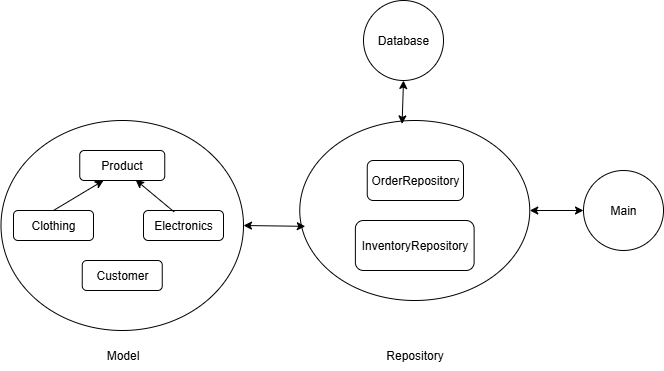
Above: images/project-structure.png in Quyenhm03/SummaryTask12 (draw.io), before the change. Source tidied: cells renumbered, new cells last; positions are measured from the earlier drawing's top-left corner, leaving out a move shared by most shapes.
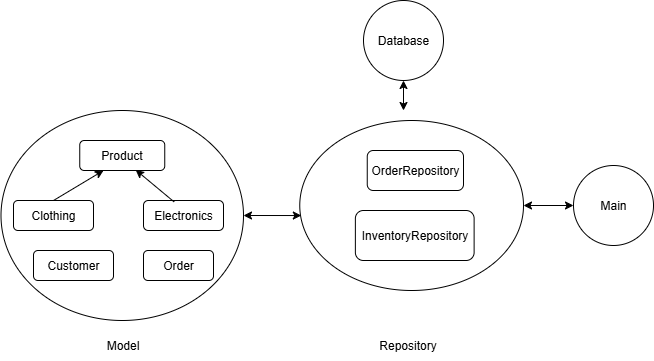
Above is the later version.

The edit, as a diff of the source:
```diff
@@ -6,7 +6,7 @@
       <mxGeometry x="-0.5" y="120" width="242.5" height="210" as="geometry" />
     </mxCell>
     <mxCell id="3" value="Customer" style="rounded=1;whiteSpace=wrap;html=1;" parent="1" vertex="1">
-      <mxGeometry x="80.8" y="260" width="80" height="30" as="geometry" />
+      <mxGeometry x="32" y="260" width="80" height="30" as="geometry" />
     </mxCell>
     <mxCell id="4" value="Clothing" style="rounded=1;whiteSpace=wrap;html=1;" parent="1" vertex="1">
       <mxGeometry x="12" y="210" width="80" height="30" as="geometry" />
@@ -29,7 +29,7 @@
       <mxGeometry x="90.8" y="340" width="60" height="30" as="geometry" />
     </mxCell>
     <mxCell id="10" style="ellipse;whiteSpace=wrap;html=1;" parent="1" vertex="1">
-      <mxGeometry x="298.3" y="120" width="230" height="180" as="geometry" />
+      <mxGeometry x="298.3" y="130" width="223.7" height="170" as="geometry" />
     </mxCell>
     <mxCell id="11" value="OrderRepository" style="rounded=1;whiteSpace=wrap;html=1;" parent="1" vertex="1">
       <mxGeometry x="365.8" y="160" width="96.2" height="40" as="geometry" />
@@ -38,22 +38,27 @@
       <mxGeometry x="353.9" y="220" width="118.8" height="50" as="geometry" />
     </mxCell>
     <mxCell id="13" value="Repository" style="text;html=1;align=center;verticalAlign=middle;strokeColor=none;fillColor=none;" parent="1" vertex="1">
-      <mxGeometry x="373.2" y="340" width="80" height="30" as="geometry" />
+      <mxGeometry x="365.8" y="340" width="80" height="30" as="geometry" />
     </mxCell>
     <mxCell id="14" value="Main" style="ellipse;whiteSpace=wrap;html=1;" parent="1" vertex="1">
-      <mxGeometry x="582" y="170" width="80" height="80" as="geometry" />
+      <mxGeometry x="572" y="175" width="80" height="80" as="geometry" />
     </mxCell>
     <mxCell id="15" value="Database" style="ellipse;whiteSpace=wrap;html=1;" parent="1" vertex="1">
-      <mxGeometry x="362" width="80" height="80" as="geometry" />
+      <mxGeometry x="362" y="10" width="80" height="80" as="geometry" />
     </mxCell>
-    <mxCell id="16" style="endArrow=classic;startArrow=classic;html=1;rounded=0;entryX=0.5;entryY=1;entryDx=0;entryDy=0;exitX=0.445;exitY=0.019;exitDx=0;exitDy=0;exitPerimeter=0;" parent="1" edge="1" source="10" target="15">
-      <mxGeometry relative="1" as="geometry" />
+    <mxCell id="16" style="endArrow=classic;startArrow=classic;html=1;rounded=0;entryX=0.5;entryY=1;entryDx=0;entryDy=0;" parent="1" edge="1" target="15">
+      <mxGeometry relative="1" as="geometry">
+        <mxPoint x="402" y="120" as="sourcePoint" />
+      </mxGeometry>
     </mxCell>
     <mxCell id="17" style="endArrow=classic;startArrow=classic;html=1;rounded=0;exitX=1;exitY=0.5;exitDx=0;exitDy=0;" parent="1" edge="1" source="10" target="14">
       <mxGeometry relative="1" as="geometry" />
     </mxCell>
-    <mxCell id="18" style="endArrow=classic;startArrow=classic;html=1;rounded=0;exitX=1;exitY=0.5;exitDx=0;exitDy=0;entryX=0.024;entryY=0.588;entryDx=0;entryDy=0;entryPerimeter=0;" parent="1" edge="1" source="2" target="10">
+    <mxCell id="18" style="endArrow=classic;startArrow=classic;html=1;rounded=0;exitX=1;exitY=0.5;exitDx=0;exitDy=0;entryX=0.007;entryY=0.559;entryDx=0;entryDy=0;entryPerimeter=0;" parent="1" edge="1" source="2" target="10">
       <mxGeometry relative="1" as="geometry" />
     </mxCell>
+    <mxCell id="19" value="Order" style="rounded=1;whiteSpace=wrap;html=1;" parent="1" vertex="1">
+      <mxGeometry x="142" y="260" width="70" height="30" as="geometry" />
+    </mxCell>
   </root>
 </mxGraphModel>
```
